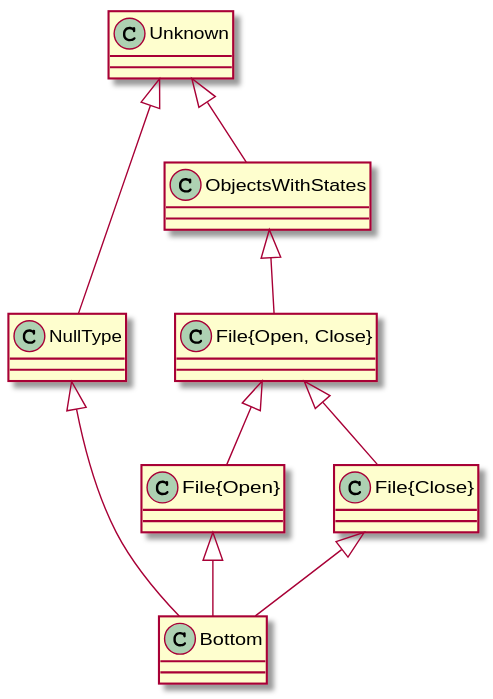
Above: type_system_example.svg in jdmota/java-typestate-checker (PlantUML), before the change.
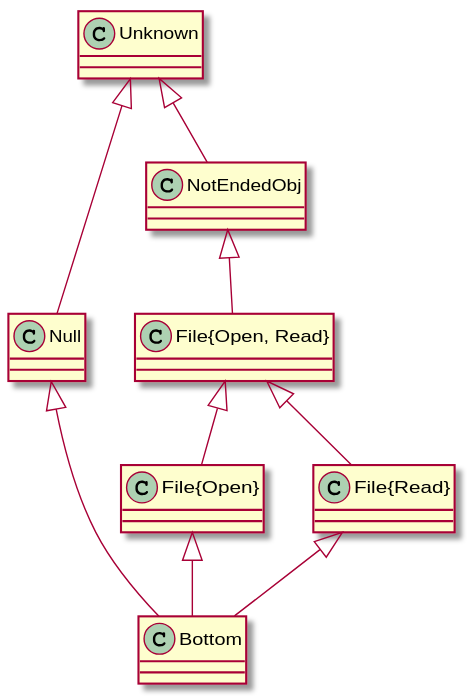
Later version of the same file.

Diff of the diagram source:
```diff
@@ -1,10 +1,10 @@
 @startuml
-Unknown <|-- NullType
-Unknown <|-- ObjectsWithStates
-ObjectsWithStates <|-- "File{Open, Close}"
-"File{Open, Close}" <|-- "File{Open}"
-"File{Open, Close}" <|-- "File{Close}"
-NullType <|-- Bottom
+Unknown <|-- Null
+Unknown <|-- NotEndedObj
+NotEndedObj<|-- "File{Open, Read}"
+"File{Open, Read}" <|-- "File{Open}"
+"File{Open, Read}" <|-- "File{Read}"
+Null <|-- Bottom
 "File{Open}" <|-- Bottom
-"File{Close}" <|-- Bottom
+"File{Read}" <|-- Bottom
 @enduml
```
